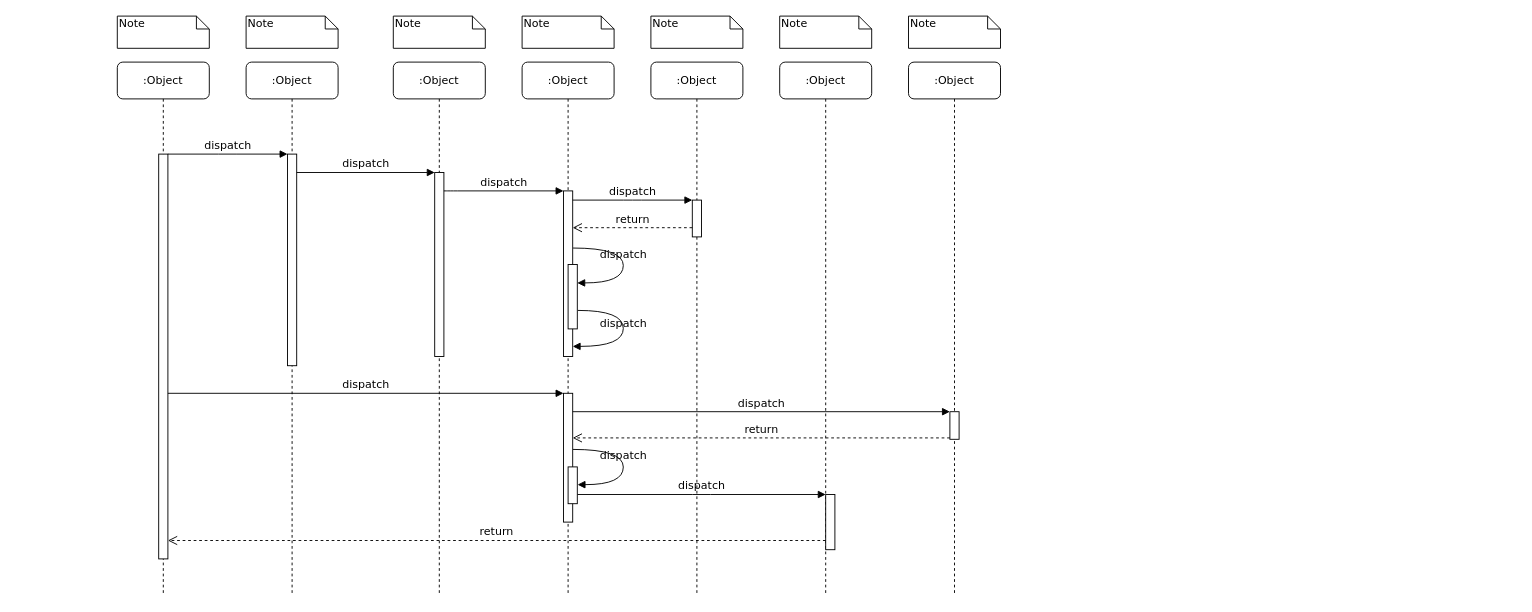
This is generate-epics-stories-grs-sequence.drawio from jonny-dungeons/diagrams, a draw.io file, before an edit. Source tidied: cells renumbered, new cells numbered last; positions are measured from the earlier drawing's top-left corner, leaving out a move shared by most shapes. Both pictures are drawn from the tidied source at 92%, with x=0, y=0 at pixel (117, 16).
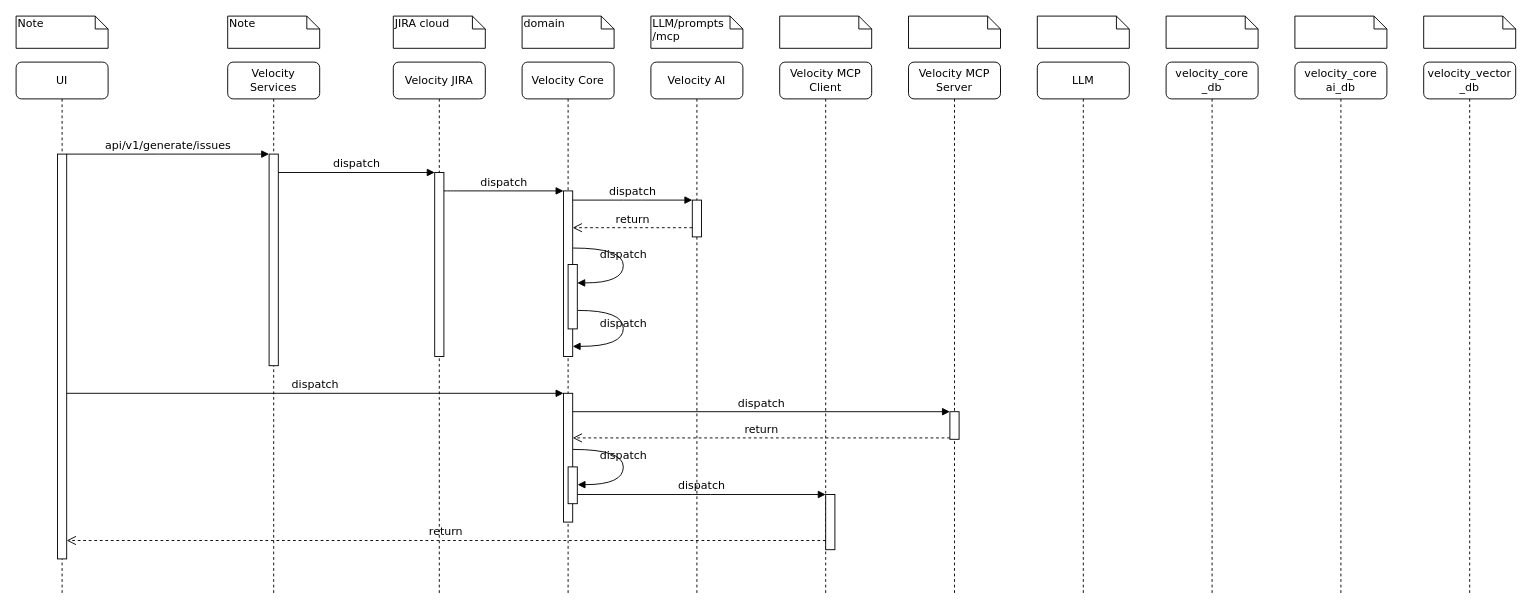
Above is the later version.

The change refers to these unchanged cells:
```xml
<mxCell id="3" style="html=1;points=[];perimeter=orthogonalPerimeter;rounded=0;shadow=0;comic=0;labelBackgroundColor=none;strokeWidth=1;fontFamily=Verdana;fontSize=12;align=center;" parent="2" vertex="1">
  <mxGeometry x="45" y="100" width="10" height="230" as="geometry" />
</mxCell>
<mxCell id="11" style="html=1;points=[];perimeter=orthogonalPerimeter;rounded=0;shadow=0;comic=0;labelBackgroundColor=none;strokeWidth=1;fontFamily=Verdana;fontSize=12;align=center;" parent="10" vertex="1">
  <mxGeometry x="45" y="100" width="10" height="440" as="geometry" />
</mxCell>
```

Change to the diagram source:
```diff
@@
-    <mxCell id="2" value=":Object" style="shape=umlLifeline;perimeter=lifelinePerimeter;whiteSpace=wrap;html=1;rounded=1;shadow=0;comic=0;labelBackgroundColor=none;strokeWidth=1;fontFamily=Verdana;fontSize=12;align=center;" parent="1" vertex="1">
-      <mxGeometry x="140" y="50" width="100" height="580" as="geometry" />
+    <mxCell id="2" value="Velocity Services" style="shape=umlLifeline;perimeter=lifelinePerimeter;whiteSpace=wrap;html=1;rounded=1;shadow=0;comic=0;labelBackgroundColor=none;strokeWidth=1;fontFamily=Verdana;fontSize=12;align=center;" parent="1" vertex="1">
+      <mxGeometry x="120" y="50" width="100" height="580" as="geometry" />
     </mxCell>
@@
-    <mxCell id="4" value=":Object" style="shape=umlLifeline;perimeter=lifelinePerimeter;whiteSpace=wrap;html=1;rounded=1;shadow=0;comic=0;labelBackgroundColor=none;strokeWidth=1;fontFamily=Verdana;fontSize=12;align=center;" parent="1" vertex="1">
+    <mxCell id="4" value="Velocity JIRA" style="shape=umlLifeline;perimeter=lifelinePerimeter;whiteSpace=wrap;html=1;rounded=1;shadow=0;comic=0;labelBackgroundColor=none;strokeWidth=1;fontFamily=Verdana;fontSize=12;align=center;" parent="1" vertex="1">
       <mxGeometry x="300" y="50" width="100" height="580" as="geometry" />
     </mxCell>
@@
-    <mxCell id="6" value=":Object" style="shape=umlLifeline;perimeter=lifelinePerimeter;whiteSpace=wrap;html=1;rounded=1;shadow=0;comic=0;labelBackgroundColor=none;strokeWidth=1;fontFamily=Verdana;fontSize=12;align=center;" parent="1" vertex="1">
+    <mxCell id="6" value="Velocity Core" style="shape=umlLifeline;perimeter=lifelinePerimeter;whiteSpace=wrap;html=1;rounded=1;shadow=0;comic=0;labelBackgroundColor=none;strokeWidth=1;fontFamily=Verdana;fontSize=12;align=center;" parent="1" vertex="1">
       <mxGeometry x="440" y="50" width="100" height="580" as="geometry" />
     </mxCell>
-    <mxCell id="7" value=":Object" style="shape=umlLifeline;perimeter=lifelinePerimeter;whiteSpace=wrap;html=1;rounded=1;shadow=0;comic=0;labelBackgroundColor=none;strokeWidth=1;fontFamily=Verdana;fontSize=12;align=center;" parent="1" vertex="1">
+    <mxCell id="7" value="Velocity AI" style="shape=umlLifeline;perimeter=lifelinePerimeter;whiteSpace=wrap;html=1;rounded=1;shadow=0;comic=0;labelBackgroundColor=none;strokeWidth=1;fontFamily=Verdana;fontSize=12;align=center;" parent="1" vertex="1">
       <mxGeometry x="580" y="50" width="100" height="580" as="geometry" />
     </mxCell>
-    <mxCell id="8" value=":Object" style="shape=umlLifeline;perimeter=lifelinePerimeter;whiteSpace=wrap;html=1;rounded=1;shadow=0;comic=0;labelBackgroundColor=none;strokeWidth=1;fontFamily=Verdana;fontSize=12;align=center;" parent="1" vertex="1">
+    <mxCell id="8" value="Velocity MCP Client" style="shape=umlLifeline;perimeter=lifelinePerimeter;whiteSpace=wrap;html=1;rounded=1;shadow=0;comic=0;labelBackgroundColor=none;strokeWidth=1;fontFamily=Verdana;fontSize=12;align=center;" parent="1" vertex="1">
       <mxGeometry x="720" y="50" width="100" height="580" as="geometry" />
     </mxCell>
-    <mxCell id="9" value=":Object" style="shape=umlLifeline;perimeter=lifelinePerimeter;whiteSpace=wrap;html=1;rounded=1;shadow=0;comic=0;labelBackgroundColor=none;strokeWidth=1;fontFamily=Verdana;fontSize=12;align=center;" parent="1" vertex="1">
+    <mxCell id="9" value="Velocity MCP Server" style="shape=umlLifeline;perimeter=lifelinePerimeter;whiteSpace=wrap;html=1;rounded=1;shadow=0;comic=0;labelBackgroundColor=none;strokeWidth=1;fontFamily=Verdana;fontSize=12;align=center;" parent="1" vertex="1">
       <mxGeometry x="860" y="50" width="100" height="580" as="geometry" />
     </mxCell>
-    <mxCell id="10" value=":Object" style="shape=umlLifeline;perimeter=lifelinePerimeter;whiteSpace=wrap;html=1;rounded=1;shadow=0;comic=0;labelBackgroundColor=none;strokeWidth=1;fontFamily=Verdana;fontSize=12;align=center;" parent="1" vertex="1">
-      <mxGeometry y="50" width="100" height="580" as="geometry" />
+    <mxCell id="10" value="UI" style="shape=umlLifeline;perimeter=lifelinePerimeter;whiteSpace=wrap;html=1;rounded=1;shadow=0;comic=0;labelBackgroundColor=none;strokeWidth=1;fontFamily=Verdana;fontSize=12;align=center;" parent="1" vertex="1">
+      <mxGeometry x="-110" y="50" width="100" height="580" as="geometry" />
     </mxCell>
@@
-    <mxCell id="25" value="dispatch" style="html=1;verticalAlign=bottom;endArrow=block;entryX=0;entryY=0;labelBackgroundColor=none;fontFamily=Verdana;fontSize=12;edgeStyle=elbowEdgeStyle;elbow=vertical;" parent="1" edge="1" source="11" target="3">
+    <mxCell id="25" value="api/v1/generate/issues" style="html=1;verticalAlign=bottom;endArrow=block;entryX=0;entryY=0;labelBackgroundColor=none;fontFamily=Verdana;fontSize=12;edgeStyle=elbowEdgeStyle;elbow=vertical;" parent="1" edge="1" source="11" target="3">
       <mxGeometry relative="1" as="geometry" />
     </mxCell>
@@
     <mxCell id="32" value="Note" style="shape=note;whiteSpace=wrap;html=1;size=14;verticalAlign=top;align=left;spacingTop=-6;rounded=0;shadow=0;comic=0;labelBackgroundColor=none;strokeWidth=1;fontFamily=Verdana;fontSize=12;" parent="1" vertex="1">
-      <mxGeometry width="100" height="35" as="geometry" />
+      <mxGeometry x="-110" width="100" height="35" as="geometry" />
     </mxCell>
     <mxCell id="33" value="Note" style="shape=note;whiteSpace=wrap;html=1;size=14;verticalAlign=top;align=left;spacingTop=-6;rounded=0;shadow=0;comic=0;labelBackgroundColor=none;strokeWidth=1;fontFamily=Verdana;fontSize=12;" parent="1" vertex="1">
-      <mxGeometry x="140" width="100" height="35" as="geometry" />
+      <mxGeometry x="120" width="100" height="35" as="geometry" />
     </mxCell>
-    <mxCell id="34" value="Note" style="shape=note;whiteSpace=wrap;html=1;size=14;verticalAlign=top;align=left;spacingTop=-6;rounded=0;shadow=0;comic=0;labelBackgroundColor=none;strokeWidth=1;fontFamily=Verdana;fontSize=12;" parent="1" vertex="1">
+    <mxCell id="34" value="&lt;div&gt;JIRA cloud&lt;/div&gt;" style="shape=note;whiteSpace=wrap;html=1;size=14;verticalAlign=top;align=left;spacingTop=-6;rounded=0;shadow=0;comic=0;labelBackgroundColor=none;strokeWidth=1;fontFamily=Verdana;fontSize=12;" parent="1" vertex="1">
       <mxGeometry x="300" width="100" height="35" as="geometry" />
     </mxCell>
-    <mxCell id="35" value="Note" style="shape=note;whiteSpace=wrap;html=1;size=14;verticalAlign=top;align=left;spacingTop=-6;rounded=0;shadow=0;comic=0;labelBackgroundColor=none;strokeWidth=1;fontFamily=Verdana;fontSize=12;" parent="1" vertex="1">
+    <mxCell id="35" value="domain" style="shape=note;whiteSpace=wrap;html=1;size=14;verticalAlign=top;align=left;spacingTop=-6;rounded=0;shadow=0;comic=0;labelBackgroundColor=none;strokeWidth=1;fontFamily=Verdana;fontSize=12;" parent="1" vertex="1">
       <mxGeometry x="440" width="100" height="35" as="geometry" />
     </mxCell>
-    <mxCell id="36" value="Note" style="shape=note;whiteSpace=wrap;html=1;size=14;verticalAlign=top;align=left;spacingTop=-6;rounded=0;shadow=0;comic=0;labelBackgroundColor=none;strokeWidth=1;fontFamily=Verdana;fontSize=12;" parent="1" vertex="1">
+    <mxCell id="36" value="LLM/prompts&lt;div&gt;/mcp&lt;/div&gt;" style="shape=note;whiteSpace=wrap;html=1;size=14;verticalAlign=top;align=left;spacingTop=-6;rounded=0;shadow=0;comic=0;labelBackgroundColor=none;strokeWidth=1;fontFamily=Verdana;fontSize=12;" parent="1" vertex="1">
       <mxGeometry x="580" width="100" height="35" as="geometry" />
     </mxCell>
-    <mxCell id="37" value="Note" style="shape=note;whiteSpace=wrap;html=1;size=14;verticalAlign=top;align=left;spacingTop=-6;rounded=0;shadow=0;comic=0;labelBackgroundColor=none;strokeWidth=1;fontFamily=Verdana;fontSize=12;" parent="1" vertex="1">
+    <mxCell id="37" style="shape=note;whiteSpace=wrap;html=1;size=14;verticalAlign=top;align=left;spacingTop=-6;rounded=0;shadow=0;comic=0;labelBackgroundColor=none;strokeWidth=1;fontFamily=Verdana;fontSize=12;" parent="1" vertex="1">
       <mxGeometry x="720" width="100" height="35" as="geometry" />
     </mxCell>
-    <mxCell id="38" value="Note" style="shape=note;whiteSpace=wrap;html=1;size=14;verticalAlign=top;align=left;spacingTop=-6;rounded=0;shadow=0;comic=0;labelBackgroundColor=none;strokeWidth=1;fontFamily=Verdana;fontSize=12;" parent="1" vertex="1">
+    <mxCell id="38" style="shape=note;whiteSpace=wrap;html=1;size=14;verticalAlign=top;align=left;spacingTop=-6;rounded=0;shadow=0;comic=0;labelBackgroundColor=none;strokeWidth=1;fontFamily=Verdana;fontSize=12;" parent="1" vertex="1">
       <mxGeometry x="860" width="100" height="35" as="geometry" />
     </mxCell>
+    <mxCell id="39" value="LLM" style="shape=umlLifeline;perimeter=lifelinePerimeter;whiteSpace=wrap;html=1;rounded=1;shadow=0;comic=0;labelBackgroundColor=none;strokeWidth=1;fontFamily=Verdana;fontSize=12;align=center;" parent="1" vertex="1">
+      <mxGeometry x="1000" y="50" width="100" height="580" as="geometry" />
+    </mxCell>
+    <mxCell id="40" style="shape=note;whiteSpace=wrap;html=1;size=14;verticalAlign=top;align=left;spacingTop=-6;rounded=0;shadow=0;comic=0;labelBackgroundColor=none;strokeWidth=1;fontFamily=Verdana;fontSize=12;" parent="1" vertex="1">
+      <mxGeometry x="1000" width="100" height="35" as="geometry" />
+    </mxCell>
+    <mxCell id="41" value="velocity_core&lt;div&gt;_db&lt;/div&gt;" style="shape=umlLifeline;perimeter=lifelinePerimeter;whiteSpace=wrap;html=1;rounded=1;shadow=0;comic=0;labelBackgroundColor=none;strokeWidth=1;fontFamily=Verdana;fontSize=12;align=center;" parent="1" vertex="1">
+      <mxGeometry x="1140" y="50" width="100" height="580" as="geometry" />
+    </mxCell>
+    <mxCell id="42" style="shape=note;whiteSpace=wrap;html=1;size=14;verticalAlign=top;align=left;spacingTop=-6;rounded=0;shadow=0;comic=0;labelBackgroundColor=none;strokeWidth=1;fontFamily=Verdana;fontSize=12;" parent="1" vertex="1">
+      <mxGeometry x="1140" width="100" height="35" as="geometry" />
+    </mxCell>
+    <mxCell id="43" value="velocity_core&lt;div&gt;ai_db&lt;/div&gt;" style="shape=umlLifeline;perimeter=lifelinePerimeter;whiteSpace=wrap;html=1;rounded=1;shadow=0;comic=0;labelBackgroundColor=none;strokeWidth=1;fontFamily=Verdana;fontSize=12;align=center;" parent="1" vertex="1">
+      <mxGeometry x="1280" y="50" width="100" height="580" as="geometry" />
+    </mxCell>
+    <mxCell id="44" style="shape=note;whiteSpace=wrap;html=1;size=14;verticalAlign=top;align=left;spacingTop=-6;rounded=0;shadow=0;comic=0;labelBackgroundColor=none;strokeWidth=1;fontFamily=Verdana;fontSize=12;" parent="1" vertex="1">
+      <mxGeometry x="1280" width="100" height="35" as="geometry" />
+    </mxCell>
+    <mxCell id="45" value="velocity_vector&lt;div&gt;_db&lt;/div&gt;" style="shape=umlLifeline;perimeter=lifelinePerimeter;whiteSpace=wrap;html=1;rounded=1;shadow=0;comic=0;labelBackgroundColor=none;strokeWidth=1;fontFamily=Verdana;fontSize=12;align=center;" parent="1" vertex="1">
+      <mxGeometry x="1420" y="50" width="100" height="580" as="geometry" />
+    </mxCell>
+    <mxCell id="46" style="shape=note;whiteSpace=wrap;html=1;size=14;verticalAlign=top;align=left;spacingTop=-6;rounded=0;shadow=0;comic=0;labelBackgroundColor=none;strokeWidth=1;fontFamily=Verdana;fontSize=12;" parent="1" vertex="1">
+      <mxGeometry x="1420" width="100" height="35" as="geometry" />
+    </mxCell>
```
